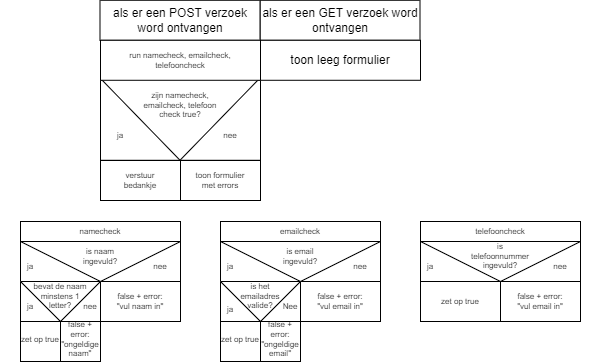
Corby7/educom-webshop-basis keeps this draw.io diagram as Diagrams/Opdracht 1.3 PSD #4.png. Above is the earlier version. Source tidied: cells renumbered, new cells last; positions are measured from the earlier drawing's top-left corner, leaving out a move shared by most shapes.
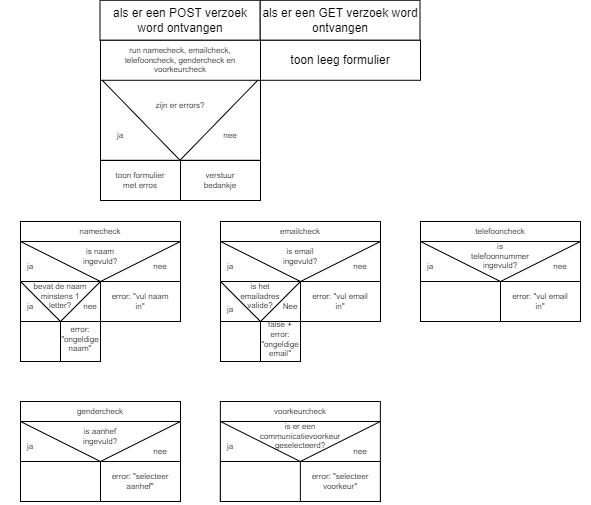
After the change.

Commit message:
variabele vermindert naar 1

Change to the diagram source:
```diff
@@ -34,7 +34,7 @@
         <mxPoint x="100" y="281" as="targetPoint" />
       </mxGeometry>
     </mxCell>
-    <mxCell id="12" value="false + error: &quot;vul naam in&quot;" style="text;html=1;strokeColor=none;fillColor=none;align=center;verticalAlign=middle;whiteSpace=wrap;rounded=0;fontSize=8;" parent="1" vertex="1">
+    <mxCell id="12" value="error: &quot;vul naam in&quot;" style="text;html=1;strokeColor=none;fillColor=none;align=center;verticalAlign=middle;whiteSpace=wrap;rounded=0;fontSize=8;" parent="1" vertex="1">
       <mxGeometry x="110" y="286" width="60" height="30" as="geometry" />
     </mxCell>
     <mxCell id="13" style="triangle;whiteSpace=wrap;html=1;fontSize=8;rotation=90;" parent="1" vertex="1">
@@ -55,12 +55,9 @@
     <mxCell id="18" style="endArrow=none;html=1;fontSize=8;entryX=0.5;entryY=0;entryDx=0;entryDy=0;exitX=0.5;exitY=1;exitDx=0;exitDy=0;" parent="1" edge="1" source="17" target="17">
       <mxGeometry relative="1" as="geometry" />
     </mxCell>
-    <mxCell id="19" value="false + error: &quot;ongeldige naam&quot;" style="text;html=1;strokeColor=none;fillColor=none;align=center;verticalAlign=middle;whiteSpace=wrap;rounded=0;fontSize=8;" parent="1" vertex="1">
+    <mxCell id="19" value="error: &quot;ongeldige naam&quot;" style="text;html=1;strokeColor=none;fillColor=none;align=center;verticalAlign=middle;whiteSpace=wrap;rounded=0;fontSize=8;" parent="1" vertex="1">
       <mxGeometry x="60" y="321" width="40" height="35" as="geometry" />
     </mxCell>
-    <mxCell id="20" value="zet op true" style="text;html=1;strokeColor=none;fillColor=none;align=center;verticalAlign=middle;whiteSpace=wrap;rounded=0;fontSize=8;" parent="1" vertex="1">
-      <mxGeometry x="20" y="323.5" width="40" height="30" as="geometry" />
-    </mxCell>
     <mxCell id="21" value="namecheck" style="rounded=0;whiteSpace=wrap;html=1;fontSize=8;" parent="1" vertex="1">
       <mxGeometry x="20" y="221" width="160" height="20" as="geometry" />
     </mxCell>
@@ -84,7 +81,7 @@
         <mxPoint x="300" y="281" as="targetPoint" />
       </mxGeometry>
     </mxCell>
-    <mxCell id="28" value="false + error: &quot;vul email in&quot;" style="text;html=1;strokeColor=none;fillColor=none;align=center;verticalAlign=middle;whiteSpace=wrap;rounded=0;fontSize=8;" parent="1" vertex="1">
+    <mxCell id="28" value="error: &quot;vul email in&quot;" style="text;html=1;strokeColor=none;fillColor=none;align=center;verticalAlign=middle;whiteSpace=wrap;rounded=0;fontSize=8;" parent="1" vertex="1">
       <mxGeometry x="310" y="286" width="60" height="30" as="geometry" />
     </mxCell>
     <mxCell id="29" style="triangle;whiteSpace=wrap;html=1;fontSize=8;rotation=90;" parent="1" vertex="1">
@@ -105,9 +102,6 @@
     <mxCell id="34" value="false + error: &quot;ongeldige email&quot;" style="text;html=1;strokeColor=none;fillColor=none;align=center;verticalAlign=middle;whiteSpace=wrap;rounded=0;fontSize=8;" parent="1" vertex="1">
       <mxGeometry x="260" y="321" width="40" height="35" as="geometry" />
     </mxCell>
-    <mxCell id="35" value="zet op true" style="text;html=1;strokeColor=none;fillColor=none;align=center;verticalAlign=middle;whiteSpace=wrap;rounded=0;fontSize=8;" parent="1" vertex="1">
-      <mxGeometry x="220" y="323.5" width="40" height="30" as="geometry" />
-    </mxCell>
     <mxCell id="36" value="emailcheck" style="rounded=0;whiteSpace=wrap;html=1;fontSize=8;" parent="1" vertex="1">
       <mxGeometry x="220" y="221" width="160" height="20" as="geometry" />
     </mxCell>
@@ -137,7 +131,7 @@
         <mxPoint x="500" y="281" as="targetPoint" />
       </mxGeometry>
     </mxCell>
-    <mxCell id="45" value="false + error: &quot;vul email in&quot;" style="text;html=1;strokeColor=none;fillColor=none;align=center;verticalAlign=middle;whiteSpace=wrap;rounded=0;fontSize=8;" parent="1" vertex="1">
+    <mxCell id="45" value="error: &quot;vul email in&quot;" style="text;html=1;strokeColor=none;fillColor=none;align=center;verticalAlign=middle;whiteSpace=wrap;rounded=0;fontSize=8;" parent="1" vertex="1">
       <mxGeometry x="510" y="286" width="60" height="30" as="geometry" />
     </mxCell>
     <mxCell id="46" value="telefooncheck" style="rounded=0;whiteSpace=wrap;html=1;fontSize=8;" parent="1" vertex="1">
@@ -146,9 +140,6 @@
     <mxCell id="47" value="ja" style="text;html=1;strokeColor=none;fillColor=none;align=center;verticalAlign=middle;whiteSpace=wrap;rounded=0;fontSize=8;" parent="1" vertex="1">
       <mxGeometry x="400" y="251" width="60" height="30" as="geometry" />
     </mxCell>
-    <mxCell id="48" value="zet op true" style="text;html=1;strokeColor=none;fillColor=none;align=center;verticalAlign=middle;whiteSpace=wrap;rounded=0;fontSize=8;" parent="1" vertex="1">
-      <mxGeometry x="430" y="286" width="60" height="30" as="geometry" />
-    </mxCell>
     <mxCell id="49" style="edgeStyle=none;html=1;fontSize=8;" parent="1" edge="1" source="50" target="51">
       <mxGeometry relative="1" as="geometry" />
     </mxCell>
@@ -158,7 +149,7 @@
     <mxCell id="51" style="triangle;whiteSpace=wrap;html=1;fontSize=8;rotation=90;" parent="1" vertex="1">
       <mxGeometry x="139.1" y="40.9" width="80.8" height="157" as="geometry" />
     </mxCell>
-    <mxCell id="52" value="zijn namecheck, emailcheck, telefoon check true?" style="text;html=1;strokeColor=none;fillColor=none;align=center;verticalAlign=middle;whiteSpace=wrap;rounded=0;fontSize=8;" parent="1" vertex="1">
+    <mxCell id="52" value="zijn er errors?" style="text;html=1;strokeColor=none;fillColor=none;align=center;verticalAlign=middle;whiteSpace=wrap;rounded=0;fontSize=8;" parent="1" vertex="1">
       <mxGeometry x="139.9" y="79.8" width="80" height="50" as="geometry" />
     </mxCell>
     <mxCell id="53" value="ja" style="text;html=1;strokeColor=none;fillColor=none;align=center;verticalAlign=middle;whiteSpace=wrap;rounded=0;fontSize=8;" parent="1" vertex="1">
@@ -173,17 +164,75 @@
     <mxCell id="56" style="endArrow=none;html=1;fontSize=8;entryX=0.5;entryY=0;entryDx=0;entryDy=0;exitX=0.5;exitY=1;exitDx=0;exitDy=0;" parent="1" edge="1" source="55" target="55">
       <mxGeometry relative="1" as="geometry" />
     </mxCell>
-    <mxCell id="57" value="toon formulier met errors" style="text;html=1;strokeColor=none;fillColor=none;align=center;verticalAlign=middle;whiteSpace=wrap;rounded=0;fontSize=8;" parent="1" vertex="1">
+    <mxCell id="57" value="verstuur bedankje" style="text;html=1;strokeColor=none;fillColor=none;align=center;verticalAlign=middle;whiteSpace=wrap;rounded=0;fontSize=8;" parent="1" vertex="1">
       <mxGeometry x="190" y="165" width="60" height="30" as="geometry" />
     </mxCell>
-    <mxCell id="58" value="verstuur bedankje" style="text;html=1;strokeColor=none;fillColor=none;align=center;verticalAlign=middle;whiteSpace=wrap;rounded=0;fontSize=8;" parent="1" vertex="1">
+    <mxCell id="58" value="toon formulier met erros" style="text;html=1;strokeColor=none;fillColor=none;align=center;verticalAlign=middle;whiteSpace=wrap;rounded=0;fontSize=8;" parent="1" vertex="1">
       <mxGeometry x="110" y="165" width="60" height="30" as="geometry" />
     </mxCell>
     <mxCell id="59" style="rounded=0;whiteSpace=wrap;html=1;fontSize=8;" parent="1" vertex="1">
       <mxGeometry x="100" y="39.8" width="160" height="40" as="geometry" />
     </mxCell>
-    <mxCell id="60" value="run namecheck, emailcheck, telefooncheck" style="text;html=1;strokeColor=none;fillColor=none;align=center;verticalAlign=middle;whiteSpace=wrap;rounded=0;fontSize=8;" parent="1" vertex="1">
+    <mxCell id="60" value="run namecheck, emailcheck, telefooncheck, gendercheck en voorkeurcheck" style="text;html=1;strokeColor=none;fillColor=none;align=center;verticalAlign=middle;whiteSpace=wrap;rounded=0;fontSize=8;" parent="1" vertex="1">
       <mxGeometry x="105" y="44.8" width="150" height="30" as="geometry" />
     </mxCell>
+    <mxCell id="61" style="rounded=0;whiteSpace=wrap;html=1;" parent="1" vertex="1">
+      <mxGeometry x="20" y="421" width="160" height="80" as="geometry" />
+    </mxCell>
+    <mxCell id="62" style="rounded=0;whiteSpace=wrap;html=1;" parent="1" vertex="1">
+      <mxGeometry x="20" y="461" width="160" height="40" as="geometry" />
+    </mxCell>
+    <mxCell id="63" style="triangle;whiteSpace=wrap;html=1;rotation=90;" parent="1" vertex="1">
+      <mxGeometry x="80" y="361" width="40" height="160" as="geometry" />
+    </mxCell>
+    <mxCell id="64" value="is aanhef ingevuld?" style="text;html=1;strokeColor=none;fillColor=none;align=center;verticalAlign=middle;whiteSpace=wrap;rounded=0;fontSize=8;" parent="1" vertex="1">
+      <mxGeometry x="70" y="421" width="60" height="30" as="geometry" />
+    </mxCell>
+    <mxCell id="65" style="endArrow=none;html=1;fontSize=8;exitX=0.5;exitY=1;exitDx=0;exitDy=0;" parent="1" edge="1" source="62">
+      <mxGeometry relative="1" as="geometry">
+        <mxPoint x="100" y="461" as="targetPoint" />
+      </mxGeometry>
+    </mxCell>
+    <mxCell id="66" value="error: &quot;selecteer aanhef&quot;" style="text;html=1;strokeColor=none;fillColor=none;align=center;verticalAlign=middle;whiteSpace=wrap;rounded=0;fontSize=8;" parent="1" vertex="1">
+      <mxGeometry x="110" y="466" width="60" height="30" as="geometry" />
+    </mxCell>
+    <mxCell id="67" value="gendercheck" style="rounded=0;whiteSpace=wrap;html=1;fontSize=8;" parent="1" vertex="1">
+      <mxGeometry x="20" y="401" width="160" height="20" as="geometry" />
+    </mxCell>
+    <mxCell id="68" style="rounded=0;whiteSpace=wrap;html=1;" parent="1" vertex="1">
+      <mxGeometry x="219.9" y="421" width="160" height="80" as="geometry" />
+    </mxCell>
+    <mxCell id="69" style="rounded=0;whiteSpace=wrap;html=1;" parent="1" vertex="1">
+      <mxGeometry x="219.9" y="461" width="160" height="40" as="geometry" />
+    </mxCell>
+    <mxCell id="70" style="triangle;whiteSpace=wrap;html=1;rotation=90;" parent="1" vertex="1">
+      <mxGeometry x="279.9" y="361" width="40" height="160" as="geometry" />
+    </mxCell>
+    <mxCell id="71" value="is er een communicatievoorkeur geselecteerd?" style="text;html=1;strokeColor=none;fillColor=none;align=center;verticalAlign=middle;whiteSpace=wrap;rounded=0;fontSize=8;" parent="1" vertex="1">
+      <mxGeometry x="269.9" y="421" width="60" height="30" as="geometry" />
+    </mxCell>
+    <mxCell id="72" style="endArrow=none;html=1;fontSize=8;exitX=0.5;exitY=1;exitDx=0;exitDy=0;" parent="1" edge="1" source="69">
+      <mxGeometry relative="1" as="geometry">
+        <mxPoint x="299.9" y="461" as="targetPoint" />
+      </mxGeometry>
+    </mxCell>
+    <mxCell id="73" value="error: &quot;selecteer voorkeur&quot;" style="text;html=1;strokeColor=none;fillColor=none;align=center;verticalAlign=middle;whiteSpace=wrap;rounded=0;fontSize=8;" parent="1" vertex="1">
+      <mxGeometry x="309.9" y="466" width="60" height="30" as="geometry" />
+    </mxCell>
+    <mxCell id="74" value="voorkeurcheck" style="rounded=0;whiteSpace=wrap;html=1;fontSize=8;" parent="1" vertex="1">
+      <mxGeometry x="219.9" y="401" width="160" height="20" as="geometry" />
+    </mxCell>
+    <mxCell id="75" value="ja" style="text;html=1;strokeColor=none;fillColor=none;align=center;verticalAlign=middle;whiteSpace=wrap;rounded=0;fontSize=8;" parent="1" vertex="1">
+      <mxGeometry y="431" width="60" height="30" as="geometry" />
+    </mxCell>
+    <mxCell id="76" value="nee" style="text;html=1;strokeColor=none;fillColor=none;align=center;verticalAlign=middle;whiteSpace=wrap;rounded=0;fontSize=8;" parent="1" vertex="1">
+      <mxGeometry x="130" y="436" width="60" height="30" as="geometry" />
+    </mxCell>
+    <mxCell id="77" value="ja" style="text;html=1;strokeColor=none;fillColor=none;align=center;verticalAlign=middle;whiteSpace=wrap;rounded=0;fontSize=8;" parent="1" vertex="1">
+      <mxGeometry x="200" y="431" width="60" height="30" as="geometry" />
+    </mxCell>
+    <mxCell id="78" value="nee" style="text;html=1;strokeColor=none;fillColor=none;align=center;verticalAlign=middle;whiteSpace=wrap;rounded=0;fontSize=8;" parent="1" vertex="1">
+      <mxGeometry x="329.9" y="436" width="60" height="30" as="geometry" />
+    </mxCell>
   </root>
 </mxGraphModel>
```
